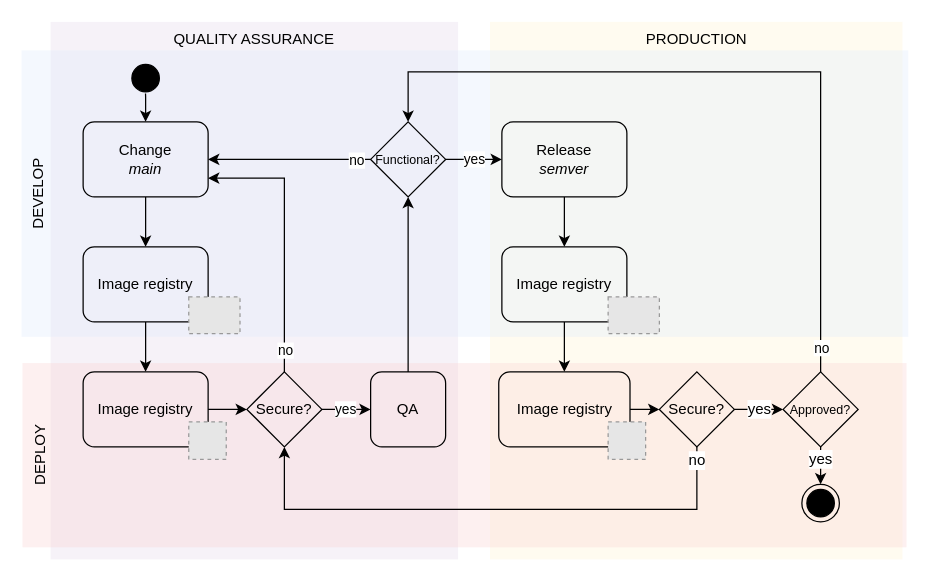
Earlier version of the draw.io diagram vignettes/deploy.drawio (Rapporteket/rapporteket). Source tidied: cells renumbered, new cells numbered last; positions are measured from the earlier drawing's top-left corner, leaving out a move shared by most shapes. Both pictures are drawn from the tidied source at 125%, with x=0, y=0 at pixel (50, -250). Pictures stored in the file or linked from it are replaced by grey dashed boxes.
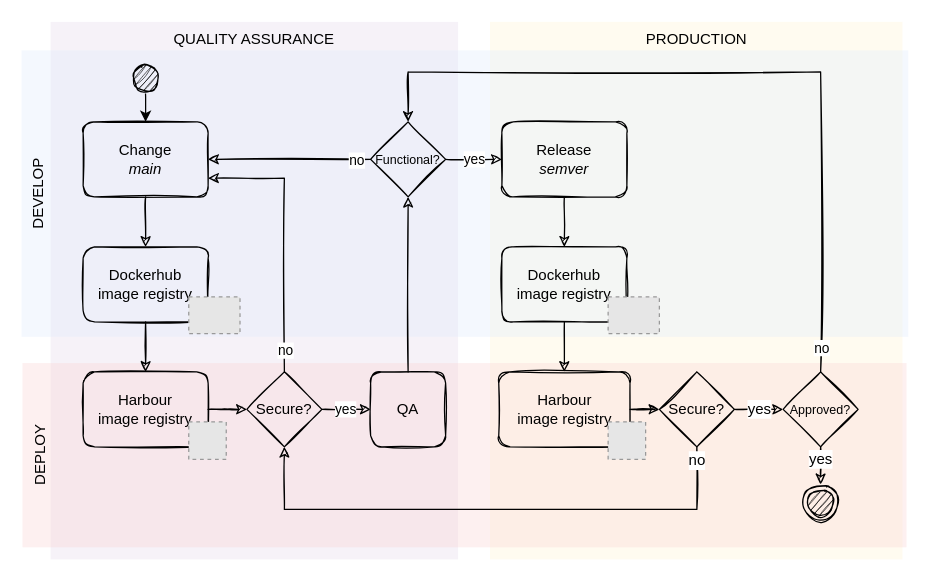
Above is the later version.

Diff of the diagram source:
```diff
@@
-    <mxCell id="6" style="ellipse;html=1;shape=startState;fillColor=#000000;strokeColor=#000000;" parent="1" vertex="1">
+    <mxCell id="6" style="ellipse;html=1;shape=startState;fillColor=#000000;strokeColor=#000000;sketch=1;" parent="1" vertex="1">
       <mxGeometry x="61" y="247" width="30" height="30" as="geometry" />
     </mxCell>
-    <mxCell id="7" style="ellipse;html=1;shape=endState;fillColor=#000000;strokeColor=#000000;" parent="1" vertex="1">
+    <mxCell id="7" style="ellipse;html=1;shape=endState;fillColor=#000000;strokeColor=#000000;sketch=1;" parent="1" vertex="1">
       <mxGeometry x="601" y="587" width="30" height="30" as="geometry" />
     </mxCell>
-    <mxCell id="8" style="edgeStyle=orthogonalEdgeStyle;rounded=0;jettySize=auto;html=1;entryX=0.5;entryY=0;entryDx=0;entryDy=0;" parent="1" edge="1" source="10" target="12">
+    <mxCell id="8" style="edgeStyle=orthogonalEdgeStyle;rounded=0;jettySize=auto;html=1;entryX=0.5;entryY=0;entryDx=0;entryDy=0;sketch=1;" parent="1" edge="1" source="10" target="12">
       <mxGeometry relative="1" as="geometry" />
     </mxCell>
@@
-    <mxCell id="10" value="Change&lt;br&gt;&lt;i&gt;main&lt;/i&gt;" style="rounded=1;whiteSpace=wrap;html=1;fillColor=none;" parent="1" vertex="1">
+    <mxCell id="10" value="Change&lt;br&gt;&lt;i&gt;main&lt;/i&gt;" style="rounded=1;whiteSpace=wrap;html=1;fillColor=none;sketch=1;" parent="1" vertex="1">
       <mxGeometry x="26" y="297" width="100" height="60" as="geometry" />
     </mxCell>
-    <mxCell id="11" style="edgeStyle=orthogonalEdgeStyle;rounded=0;jettySize=auto;html=1;entryX=0.5;entryY=0;entryDx=0;entryDy=0;" parent="1" edge="1" source="12" target="14">
+    <mxCell id="11" style="edgeStyle=orthogonalEdgeStyle;rounded=0;jettySize=auto;html=1;entryX=0.5;entryY=0;entryDx=0;entryDy=0;sketch=1;" parent="1" edge="1" source="12" target="14">
       <mxGeometry relative="1" as="geometry" />
     </mxCell>
-    <mxCell id="12" value="Image registry" style="rounded=1;whiteSpace=wrap;html=1;fillColor=none;" parent="1" vertex="1">
+    <mxCell id="12" value="Dockerhub&lt;br&gt;image registry" style="rounded=1;whiteSpace=wrap;html=1;fillColor=none;sketch=1;" parent="1" vertex="1">
       <mxGeometry x="26" y="397" width="100" height="60" as="geometry" />
     </mxCell>
-    <mxCell id="13" style="edgeStyle=orthogonalEdgeStyle;rounded=0;jettySize=auto;html=1;" parent="1" edge="1" source="14" target="18">
+    <mxCell id="13" style="edgeStyle=orthogonalEdgeStyle;rounded=0;jettySize=auto;html=1;sketch=1;" parent="1" edge="1" source="14" target="18">
       <mxGeometry relative="1" as="geometry" />
     </mxCell>
-    <mxCell id="14" value="Image registry" style="rounded=1;whiteSpace=wrap;html=1;fillColor=none;" parent="1" vertex="1">
+    <mxCell id="14" value="Harbour&lt;br&gt;image registry" style="rounded=1;whiteSpace=wrap;html=1;fillColor=none;sketch=1;" parent="1" vertex="1">
       <mxGeometry x="26" y="497" width="100" height="60" as="geometry" />
     </mxCell>
-    <mxCell id="15" style="edgeStyle=orthogonalEdgeStyle;rounded=0;jettySize=auto;html=1;entryX=1;entryY=0.75;entryDx=0;entryDy=0;exitX=0.5;exitY=0;exitDx=0;exitDy=0;" parent="1" edge="1" source="18" target="10">
+    <mxCell id="15" style="edgeStyle=orthogonalEdgeStyle;rounded=0;jettySize=auto;html=1;entryX=1;entryY=0.75;entryDx=0;entryDy=0;exitX=0.5;exitY=0;exitDx=0;exitDy=0;sketch=1;" parent="1" edge="1" source="18" target="10">
       <mxGeometry relative="1" as="geometry" />
     </mxCell>
@@
-    <mxCell id="17" value="yes" style="edgeStyle=orthogonalEdgeStyle;rounded=0;jettySize=auto;html=1;" parent="1" edge="1" source="18" target="22">
+    <mxCell id="17" value="yes" style="edgeStyle=orthogonalEdgeStyle;rounded=0;jettySize=auto;html=1;sketch=1;" parent="1" edge="1" source="18" target="22">
       <mxGeometry relative="1" as="geometry" />
     </mxCell>
-    <mxCell id="18" value="Secure?" style="rhombus;whiteSpace=wrap;html=1;fillColor=none;" parent="1" vertex="1">
+    <mxCell id="18" value="Secure?" style="rhombus;whiteSpace=wrap;html=1;fillColor=none;sketch=1;" parent="1" vertex="1">
       <mxGeometry x="157" y="497" width="60" height="60" as="geometry" />
     </mxCell>
-    <mxCell id="19" style="edgeStyle=orthogonalEdgeStyle;rounded=0;jettySize=auto;html=1;entryX=0.5;entryY=0;entryDx=0;entryDy=0;" parent="1" edge="1" source="20" target="37">
+    <mxCell id="19" style="edgeStyle=orthogonalEdgeStyle;rounded=0;jettySize=auto;html=1;entryX=0.5;entryY=0;entryDx=0;entryDy=0;sketch=1;" parent="1" edge="1" source="20" target="37">
       <mxGeometry relative="1" as="geometry" />
     </mxCell>
-    <mxCell id="20" value="Release&lt;br&gt;&lt;i&gt;semver&lt;/i&gt;" style="rounded=1;whiteSpace=wrap;html=1;fillColor=none;" parent="1" vertex="1">
+    <mxCell id="20" value="Release&lt;br&gt;&lt;i&gt;semver&lt;/i&gt;" style="rounded=1;whiteSpace=wrap;html=1;fillColor=none;sketch=1;shadow=0;glass=0;" parent="1" vertex="1">
       <mxGeometry x="361" y="297" width="100" height="60" as="geometry" />
     </mxCell>
-    <mxCell id="21" style="edgeStyle=orthogonalEdgeStyle;rounded=0;jettySize=auto;html=1;entryX=0.5;entryY=1;entryDx=0;entryDy=0;" parent="1" edge="1" source="22" target="26">
+    <mxCell id="21" style="edgeStyle=orthogonalEdgeStyle;rounded=0;jettySize=auto;html=1;entryX=0.5;entryY=1;entryDx=0;entryDy=0;sketch=1;" parent="1" edge="1" source="22" target="26">
       <mxGeometry relative="1" as="geometry" />
     </mxCell>
-    <mxCell id="22" value="QA" style="rounded=1;whiteSpace=wrap;html=1;fillColor=none;" parent="1" vertex="1">
+    <mxCell id="22" value="QA" style="rounded=1;whiteSpace=wrap;html=1;fillColor=none;sketch=1;" parent="1" vertex="1">
       <mxGeometry x="256" y="497" width="60" height="60" as="geometry" />
     </mxCell>
-    <mxCell id="23" style="edgeStyle=orthogonalEdgeStyle;rounded=0;jettySize=auto;html=1;entryX=1;entryY=0.5;entryDx=0;entryDy=0;" parent="1" edge="1" source="26" target="10">
+    <mxCell id="23" style="edgeStyle=orthogonalEdgeStyle;rounded=0;jettySize=auto;html=1;entryX=1;entryY=0.5;entryDx=0;entryDy=0;sketch=1;" parent="1" edge="1" source="26" target="10">
       <mxGeometry relative="1" as="geometry" />
     </mxCell>
@@
-    <mxCell id="25" value="yes" style="edgeStyle=orthogonalEdgeStyle;rounded=0;jettySize=auto;html=1;labelBackgroundColor=default;" parent="1" edge="1" source="26" target="20">
+    <mxCell id="25" value="yes" style="edgeStyle=orthogonalEdgeStyle;rounded=0;jettySize=auto;html=1;labelBackgroundColor=default;sketch=1;" parent="1" edge="1" source="26" target="20">
       <mxGeometry relative="1" as="geometry">
         <Array as="points">
           <mxPoint x="376" y="327" />
           <mxPoint x="376" y="327" />
         </Array>
       </mxGeometry>
     </mxCell>
-    <mxCell id="26" value="&lt;font style=&quot;font-size: 10px;&quot;&gt;Functional?&lt;/font&gt;" style="rhombus;whiteSpace=wrap;html=1;labelBackgroundColor=none;fontColor=default;labelBorderColor=none;fillColor=none;" parent="1" vertex="1">
+    <mxCell id="26" value="&lt;font style=&quot;font-size: 10px;&quot;&gt;Functional?&lt;/font&gt;" style="rhombus;whiteSpace=wrap;html=1;labelBackgroundColor=none;fontColor=default;labelBorderColor=none;fillColor=none;sketch=1;" parent="1" vertex="1">
       <mxGeometry x="256" y="297" width="60" height="60" as="geometry" />
     </mxCell>
-    <mxCell id="27" style="edgeStyle=orthogonalEdgeStyle;rounded=0;jettySize=auto;html=1;entryX=0.5;entryY=0;entryDx=0;entryDy=0;exitX=0.5;exitY=0;exitDx=0;exitDy=0;" parent="1" edge="1" source="30" target="26">
+    <mxCell id="27" style="edgeStyle=orthogonalEdgeStyle;rounded=0;jettySize=auto;html=1;entryX=0.5;entryY=0;entryDx=0;entryDy=0;exitX=0.5;exitY=0;exitDx=0;exitDy=0;sketch=1;" parent="1" edge="1" source="30" target="26">
       <mxGeometry relative="1" as="geometry">
         <Array as="points">
           <mxPoint x="616" y="257" />
           <mxPoint x="286" y="257" />
         </Array>
       </mxGeometry>
     </mxCell>
@@
-    <mxCell id="29" value="yes" style="edgeStyle=orthogonalEdgeStyle;rounded=0;jettySize=auto;html=1;entryX=0.5;entryY=0;entryDx=0;entryDy=0;fontSize=12;" parent="1" edge="1" source="30" target="7">
+    <mxCell id="29" value="yes" style="edgeStyle=orthogonalEdgeStyle;rounded=0;jettySize=auto;html=1;entryX=0.5;entryY=0;entryDx=0;entryDy=0;fontSize=12;sketch=1;" parent="1" edge="1" source="30" target="7">
       <mxGeometry x="0.2" relative="1" as="geometry" />
     </mxCell>
-    <mxCell id="30" value="&lt;font style=&quot;font-size: 10px;&quot;&gt;&lt;font style=&quot;font-size: 10px;&quot;&gt;Approved&lt;/font&gt;?&lt;/font&gt;" style="rhombus;whiteSpace=wrap;html=1;fillColor=none;" parent="1" vertex="1">
+    <mxCell id="30" value="&lt;font style=&quot;font-size: 10px;&quot;&gt;&lt;font style=&quot;font-size: 10px;&quot;&gt;Approved&lt;/font&gt;?&lt;/font&gt;" style="rhombus;whiteSpace=wrap;html=1;fillColor=none;sketch=1;" parent="1" vertex="1">
       <mxGeometry x="586" y="497" width="60" height="60" as="geometry" />
     </mxCell>
@@
-    <mxCell id="33" style="edgeStyle=orthogonalEdgeStyle;rounded=0;jettySize=auto;html=1;entryX=0;entryY=0.5;entryDx=0;entryDy=0;fontSize=12;" parent="1" edge="1" source="34" target="42">
+    <mxCell id="33" style="edgeStyle=orthogonalEdgeStyle;rounded=0;jettySize=auto;html=1;entryX=0;entryY=0.5;entryDx=0;entryDy=0;fontSize=12;sketch=1;" parent="1" edge="1" source="34" target="42">
       <mxGeometry relative="1" as="geometry" />
     </mxCell>
-    <mxCell id="34" value="Image registry" style="rounded=1;whiteSpace=wrap;html=1;fillColor=none;" parent="1" vertex="1">
+    <mxCell id="34" value="Harbour&lt;br&gt;image registry" style="rounded=1;whiteSpace=wrap;html=1;fillColor=none;sketch=1;" parent="1" vertex="1">
       <mxGeometry x="358.5" y="497" width="105" height="60" as="geometry" />
     </mxCell>
@@
-    <mxCell id="36" style="edgeStyle=orthogonalEdgeStyle;rounded=0;jettySize=auto;html=1;entryX=0.5;entryY=0;entryDx=0;entryDy=0;" parent="1" edge="1" source="37" target="34">
+    <mxCell id="36" style="edgeStyle=orthogonalEdgeStyle;rounded=0;jettySize=auto;html=1;entryX=0.5;entryY=0;entryDx=0;entryDy=0;sketch=1;" parent="1" edge="1" source="37" target="34">
       <mxGeometry relative="1" as="geometry" />
     </mxCell>
-    <mxCell id="37" value="Image registry" style="rounded=1;whiteSpace=wrap;html=1;fillColor=none;" parent="1" vertex="1">
+    <mxCell id="37" value="Dockerhub&lt;br&gt;image registry" style="rounded=1;whiteSpace=wrap;html=1;fillColor=none;sketch=1;" parent="1" vertex="1">
       <mxGeometry x="361" y="397" width="100" height="60" as="geometry" />
     </mxCell>
@@
-    <mxCell id="39" value="yes" style="edgeStyle=orthogonalEdgeStyle;rounded=0;jettySize=auto;html=1;entryX=0;entryY=0.5;entryDx=0;entryDy=0;fontSize=12;exitX=1;exitY=0.5;exitDx=0;exitDy=0;" parent="1" edge="1" source="42" target="30">
+    <mxCell id="39" value="yes" style="edgeStyle=orthogonalEdgeStyle;rounded=0;jettySize=auto;html=1;entryX=0;entryY=0.5;entryDx=0;entryDy=0;fontSize=12;exitX=1;exitY=0.5;exitDx=0;exitDy=0;sketch=1;" parent="1" edge="1" source="42" target="30">
       <mxGeometry relative="1" as="geometry" />
     </mxCell>
-    <mxCell id="40" style="edgeStyle=orthogonalEdgeStyle;rounded=0;jettySize=auto;html=1;entryX=0.5;entryY=1;entryDx=0;entryDy=0;fontSize=12;exitX=0.5;exitY=1;exitDx=0;exitDy=0;" parent="1" edge="1" source="42" target="18">
+    <mxCell id="40" style="edgeStyle=orthogonalEdgeStyle;rounded=0;jettySize=auto;html=1;entryX=0.5;entryY=1;entryDx=0;entryDy=0;fontSize=12;exitX=0.5;exitY=1;exitDx=0;exitDy=0;sketch=1;" parent="1" edge="1" source="42" target="18">
       <mxGeometry relative="1" as="geometry">
         <Array as="points">
           <mxPoint x="517" y="607" />
           <mxPoint x="187" y="607" />
         </Array>
       </mxGeometry>
     </mxCell>
@@
-    <mxCell id="42" value="Secure?" style="rhombus;whiteSpace=wrap;html=1;fillColor=none;" parent="1" vertex="1">
+    <mxCell id="42" value="Secure?" style="rhombus;whiteSpace=wrap;html=1;fillColor=none;sketch=1;" parent="1" vertex="1">
       <mxGeometry x="487" y="497" width="60" height="60" as="geometry" />
     </mxCell>
```
